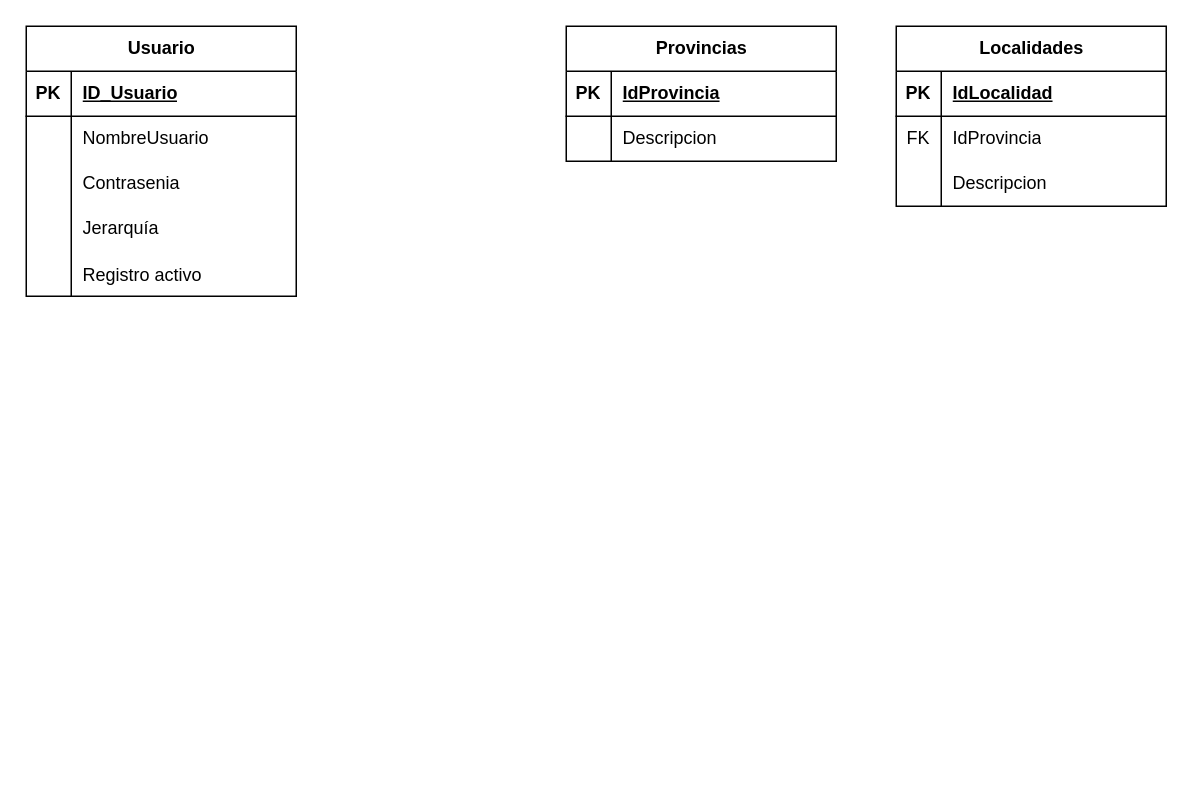
The draw.io diagram DER_Clinica.drawio in ZerothVeratross/tpi-progra3, before the edit. Source tidied: cells renumbered, new cells numbered last; positions are measured from the earlier drawing's top-left corner, leaving out a move shared by most shapes. Both pictures are drawn from the tidied source at 150%, with x=0, y=0 at pixel (26, 26).
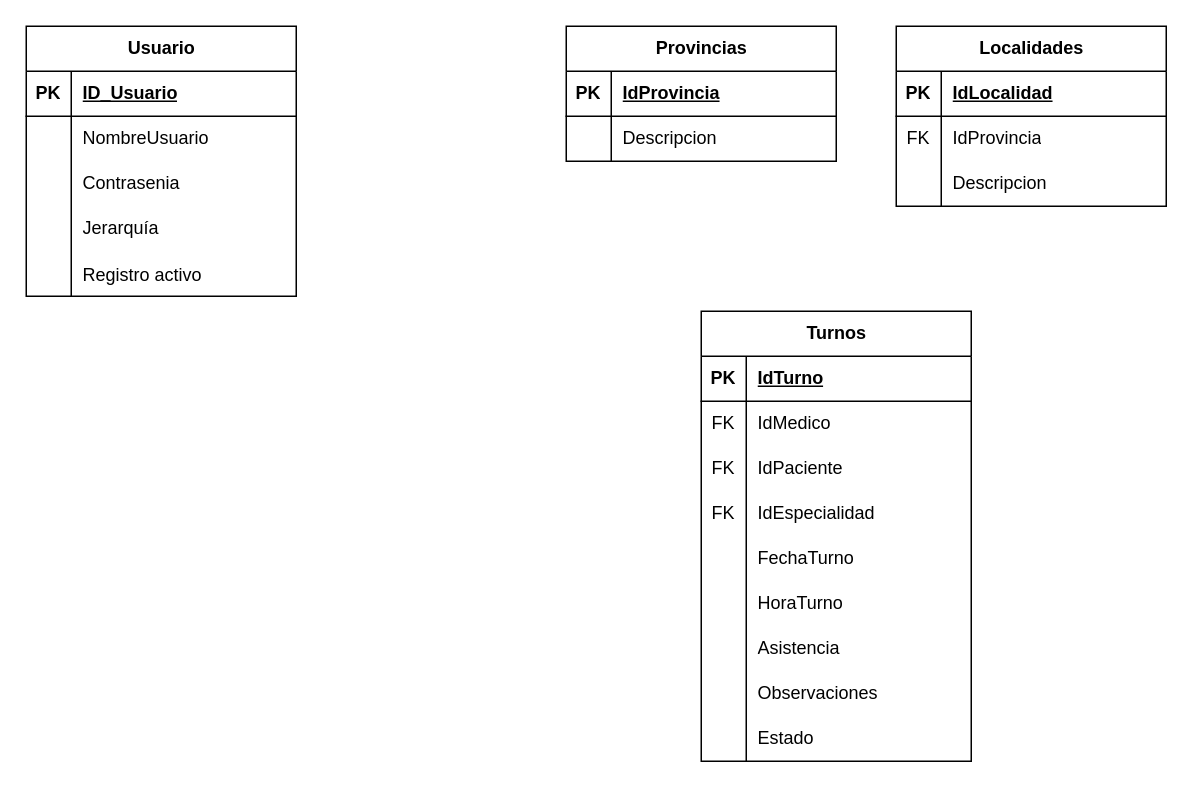
The same diagram, later.

Commit message:
subida tabla Turnos al drawio

The edit, as a diff of the source:
```diff
@@
+    <mxCell id="35" value="Turnos" style="shape=table;startSize=30;childLayout=tableLayout;rowLines=0;fontStyle=1;align=center;html=1;" parent="1" vertex="1">
+      <mxGeometry x="450" y="190" width="180" height="300" as="geometry" />
+    </mxCell>
+    <mxCell id="36" style="shape=tableRow;horizontal=0;startSize=0;swimlaneHead=0;swimlaneBody=0;fillColor=none;top=0;left=0;right=0;bottom=1;" parent="35" vertex="1">
+      <mxGeometry y="30" width="180" height="30" as="geometry" />
+    </mxCell>
+    <mxCell id="37" value="PK" style="shape=partialRectangle;fillColor=none;top=0;left=0;bottom=0;right=0;fontStyle=1;overflow=hidden;whiteSpace=wrap;html=1;" parent="36" vertex="1">
+      <mxGeometry width="30" height="30" as="geometry" />
+    </mxCell>
+    <mxCell id="38" value="IdTurno" style="shape=partialRectangle;fillColor=none;top=0;left=0;bottom=0;right=0;align=left;spacingLeft=6;fontStyle=5;overflow=hidden;whiteSpace=wrap;html=1;" parent="36" vertex="1">
+      <mxGeometry x="30" width="150" height="30" as="geometry" />
+    </mxCell>
+    <mxCell id="39" style="shape=tableRow;horizontal=0;startSize=0;swimlaneHead=0;swimlaneBody=0;fillColor=none;top=0;left=0;right=0;bottom=0;" parent="35" vertex="1">
+      <mxGeometry y="60" width="180" height="30" as="geometry" />
+    </mxCell>
+    <mxCell id="40" value="FK" style="shape=partialRectangle;fillColor=none;top=0;left=0;bottom=0;right=0;overflow=hidden;whiteSpace=wrap;html=1;" parent="39" vertex="1">
+      <mxGeometry width="30" height="30" as="geometry" />
+    </mxCell>
+    <mxCell id="41" value="IdMedico" style="shape=partialRectangle;fillColor=none;top=0;left=0;bottom=0;right=0;align=left;spacingLeft=6;overflow=hidden;whiteSpace=wrap;html=1;verticalAlign=middle;" parent="39" vertex="1">
+      <mxGeometry x="30" width="150" height="30" as="geometry" />
+    </mxCell>
+    <mxCell id="42" style="shape=tableRow;horizontal=0;startSize=0;swimlaneHead=0;swimlaneBody=0;fillColor=none;top=0;left=0;right=0;bottom=0;" parent="35" vertex="1">
+      <mxGeometry y="90" width="180" height="30" as="geometry" />
+    </mxCell>
+    <mxCell id="43" value="FK" style="shape=partialRectangle;fillColor=none;top=0;left=0;bottom=0;right=0;overflow=hidden;whiteSpace=wrap;html=1;" parent="42" vertex="1">
+      <mxGeometry width="30" height="30" as="geometry" />
+    </mxCell>
+    <mxCell id="44" value="IdPaciente" style="shape=partialRectangle;fillColor=none;top=0;left=0;bottom=0;right=0;align=left;spacingLeft=6;overflow=hidden;whiteSpace=wrap;html=1;verticalAlign=middle;" parent="42" vertex="1">
+      <mxGeometry x="30" width="150" height="30" as="geometry" />
+    </mxCell>
+    <mxCell id="45" style="shape=tableRow;horizontal=0;startSize=0;swimlaneHead=0;swimlaneBody=0;fillColor=none;top=0;left=0;right=0;bottom=0;" parent="35" vertex="1">
+      <mxGeometry y="120" width="180" height="30" as="geometry" />
+    </mxCell>
+    <mxCell id="46" value="FK" style="shape=partialRectangle;fillColor=none;top=0;left=0;bottom=0;right=0;overflow=hidden;whiteSpace=wrap;html=1;" parent="45" vertex="1">
+      <mxGeometry width="30" height="30" as="geometry" />
+    </mxCell>
+    <mxCell id="47" value="IdEspecialidad" style="shape=partialRectangle;fillColor=none;top=0;left=0;bottom=0;right=0;align=left;spacingLeft=6;overflow=hidden;whiteSpace=wrap;html=1;" parent="45" vertex="1">
+      <mxGeometry x="30" width="150" height="30" as="geometry" />
+    </mxCell>
+    <mxCell id="48" style="shape=tableRow;horizontal=0;startSize=0;swimlaneHead=0;swimlaneBody=0;fillColor=none;top=0;left=0;right=0;bottom=0;" parent="35" vertex="1">
+      <mxGeometry y="150" width="180" height="30" as="geometry" />
+    </mxCell>
+    <mxCell id="49" style="shape=partialRectangle;fillColor=none;top=0;left=0;bottom=0;right=0;overflow=hidden;whiteSpace=wrap;html=1;" parent="48" vertex="1">
+      <mxGeometry width="30" height="30" as="geometry" />
+    </mxCell>
+    <mxCell id="50" value="FechaTurno" style="shape=partialRectangle;fillColor=none;top=0;left=0;bottom=0;right=0;align=left;spacingLeft=6;overflow=hidden;whiteSpace=wrap;html=1;" parent="48" vertex="1">
+      <mxGeometry x="30" width="150" height="30" as="geometry" />
+    </mxCell>
+    <mxCell id="51" style="shape=tableRow;horizontal=0;startSize=0;swimlaneHead=0;swimlaneBody=0;fillColor=none;top=0;left=0;right=0;bottom=0;" parent="35" vertex="1">
+      <mxGeometry y="180" width="180" height="30" as="geometry" />
+    </mxCell>
+    <mxCell id="52" style="shape=partialRectangle;fillColor=none;top=0;left=0;bottom=0;right=0;overflow=hidden;whiteSpace=wrap;html=1;" parent="51" vertex="1">
+      <mxGeometry width="30" height="30" as="geometry" />
+    </mxCell>
+    <mxCell id="53" value="HoraTurno" style="shape=partialRectangle;fillColor=none;top=0;left=0;bottom=0;right=0;align=left;spacingLeft=6;overflow=hidden;whiteSpace=wrap;html=1;" parent="51" vertex="1">
+      <mxGeometry x="30" width="150" height="30" as="geometry" />
+    </mxCell>
+    <mxCell id="54" style="shape=tableRow;horizontal=0;startSize=0;swimlaneHead=0;swimlaneBody=0;fillColor=none;top=0;left=0;right=0;bottom=0;" parent="35" vertex="1">
+      <mxGeometry y="210" width="180" height="30" as="geometry" />
+    </mxCell>
+    <mxCell id="55" style="shape=partialRectangle;fillColor=none;top=0;left=0;bottom=0;right=0;overflow=hidden;whiteSpace=wrap;html=1;" parent="54" vertex="1">
+      <mxGeometry width="30" height="30" as="geometry" />
+    </mxCell>
+    <mxCell id="56" value="Asistencia" style="shape=partialRectangle;fillColor=none;top=0;left=0;bottom=0;right=0;align=left;spacingLeft=6;overflow=hidden;whiteSpace=wrap;html=1;" parent="54" vertex="1">
+      <mxGeometry x="30" width="150" height="30" as="geometry" />
+    </mxCell>
+    <mxCell id="57" style="shape=tableRow;horizontal=0;startSize=0;swimlaneHead=0;swimlaneBody=0;fillColor=none;top=0;left=0;right=0;bottom=0;" parent="35" vertex="1">
+      <mxGeometry y="240" width="180" height="30" as="geometry" />
+    </mxCell>
+    <mxCell id="58" style="shape=partialRectangle;fillColor=none;top=0;left=0;bottom=0;right=0;overflow=hidden;whiteSpace=wrap;html=1;" parent="57" vertex="1">
+      <mxGeometry width="30" height="30" as="geometry" />
+    </mxCell>
+    <mxCell id="59" value="Observaciones" style="shape=partialRectangle;fillColor=none;top=0;left=0;bottom=0;right=0;align=left;spacingLeft=6;overflow=hidden;whiteSpace=wrap;html=1;" parent="57" vertex="1">
+      <mxGeometry x="30" width="150" height="30" as="geometry" />
+    </mxCell>
+    <mxCell id="60" style="shape=tableRow;horizontal=0;startSize=0;swimlaneHead=0;swimlaneBody=0;fillColor=none;top=0;left=0;right=0;bottom=0;" parent="35" vertex="1">
+      <mxGeometry y="270" width="180" height="30" as="geometry" />
+    </mxCell>
+    <mxCell id="61" style="shape=partialRectangle;fillColor=none;top=0;left=0;bottom=0;right=0;overflow=hidden;whiteSpace=wrap;html=1;" parent="60" vertex="1">
+      <mxGeometry width="30" height="30" as="geometry" />
+    </mxCell>
+    <mxCell id="62" value="Estado" style="shape=partialRectangle;fillColor=none;top=0;left=0;bottom=0;right=0;align=left;spacingLeft=6;overflow=hidden;whiteSpace=wrap;html=1;" parent="60" vertex="1">
+      <mxGeometry x="30" width="150" height="30" as="geometry" />
+    </mxCell>
```
